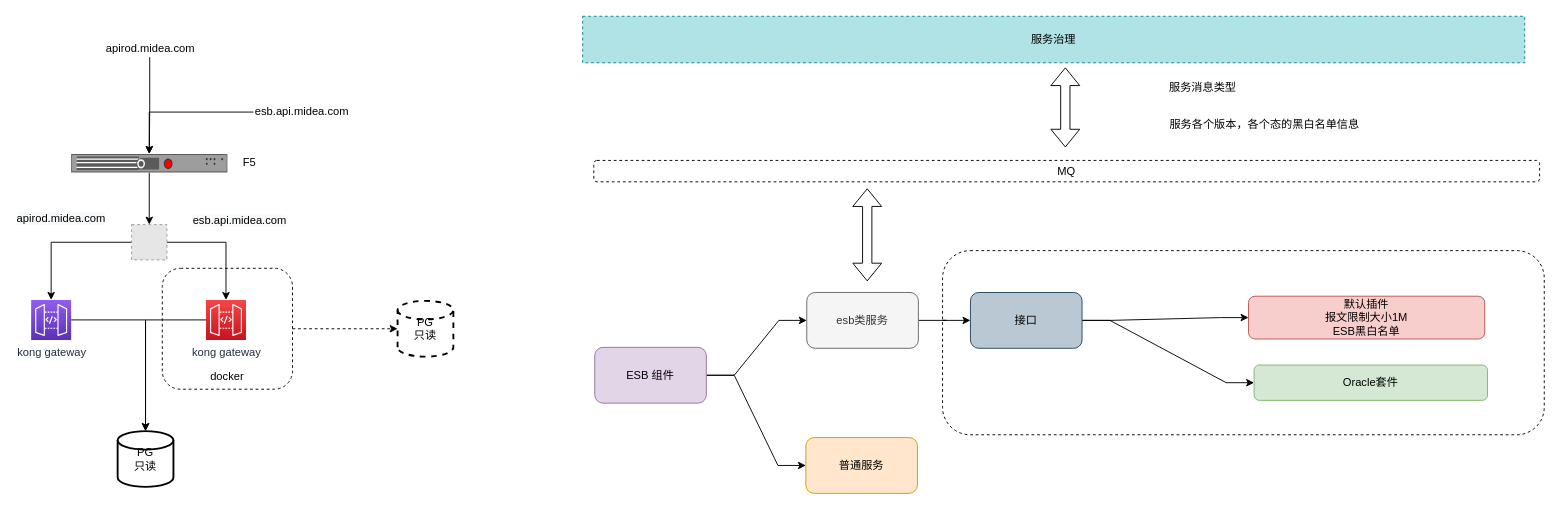
Before: esb.drawio in wssaidong/draw.io, a draw.io diagram. Source tidied: cells renumbered, new cells numbered last; positions are measured from the earlier drawing's top-left corner, leaving out a move shared by most shapes. Both pictures are drawn from the tidied source at 93%, with x=0, y=0 at pixel (31, 16). Pictures stored in the file or linked from it are replaced by grey dashed boxes.
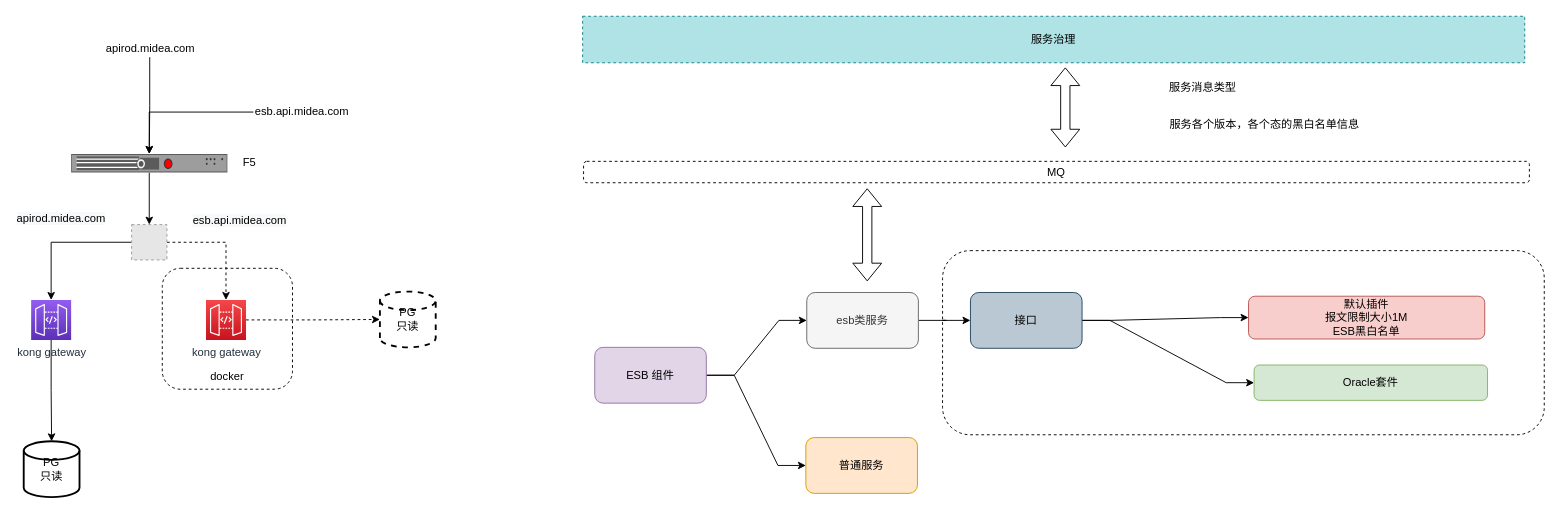
Above is the later version.

Unchanged cells that the change refers to:
```xml
<mxCell id="13" style="fillColor=#E6E6E6;strokeColor=#999999;dashed=1;html=1;verticalAlign=top;verticalLabelPosition=bottom;labelBackgroundColor=#ffffff;" parent="1" vertex="1">
  <mxGeometry x="108" y="224" width="38" height="38" as="geometry" />
</mxCell>
<mxCell id="17" value="kong gateway" style="points=[[0,0,0],[0.25,0,0],[0.5,0,0],[0.75,0,0],[1,0,0],[0,1,0],[0.25,1,0],[0.5,1,0],[0.75,1,0],[1,1,0],[0,0.25,0],[0,0.5,0],[0,0.75,0],[1,0.25,0],[1,0.5,0],[1,0.75,0]];outlineConnect=0;fontColor=#232F3E;gradientColor=#F54749;gradientDirection=north;fillColor=#C7131F;strokeColor=#ffffff;dashed=0;verticalLabelPosition=bottom;verticalAlign=top;align=center;html=1;fontSize=12;fontStyle=0;shape=mxgraph.aws4.resourceIcon;resIcon=mxgraph.aws4.api_gateway;" parent="1" vertex="1">
  <mxGeometry x="188" y="305" width="43" height="43" as="geometry" />
</mxCell>
```

What changed in the source:
```diff
@@
+    <mxCell id="20" style="rounded=1;whiteSpace=wrap;html=1;fillColor=none;dashed=1;" parent="1" vertex="1">
+      <mxGeometry x="141" y="271" width="140" height="130" as="geometry" />
+    </mxCell>
@@
-    <mxCell id="11" style="edgeStyle=orthogonalEdgeStyle;rounded=0;jettySize=auto;html=1;" parent="1" edge="1" source="13" target="17">
+    <mxCell id="11" style="edgeStyle=orthogonalEdgeStyle;rounded=0;jettySize=auto;html=1;dashed=1;" parent="1" edge="1" source="13" target="17">
       <mxGeometry relative="1" as="geometry" />
     </mxCell>
@@
-    <mxCell id="16" style="edgeStyle=orthogonalEdgeStyle;rounded=0;jettySize=auto;html=1;" parent="1" edge="1" source="17" target="18">
-      <mxGeometry relative="1" as="geometry" />
-    </mxCell>
@@
     <mxCell id="18" value="PG&lt;br&gt;只读" style="strokeWidth=2;html=1;shape=mxgraph.flowchart.database;whiteSpace=wrap;" parent="1" vertex="1">
-      <mxGeometry x="93" y="446" width="60" height="60" as="geometry" />
+      <mxGeometry x="-8" y="457" width="60" height="60" as="geometry" />
     </mxCell>
-    <mxCell id="19" style="edgeStyle=orthogonalEdgeStyle;rounded=0;jettySize=auto;html=1;dashed=1;" parent="1" edge="1" source="20" target="22">
+    <mxCell id="19" style="edgeStyle=orthogonalEdgeStyle;rounded=0;jettySize=auto;html=1;dashed=1;exitX=1;exitY=0.5;exitDx=0;exitDy=0;exitPerimeter=0;" parent="1" edge="1" source="17" target="22">
       <mxGeometry relative="1" as="geometry" />
     </mxCell>
-    <mxCell id="20" style="rounded=1;whiteSpace=wrap;html=1;fillColor=none;dashed=1;" parent="1" vertex="1">
-      <mxGeometry x="141" y="271" width="140" height="130" as="geometry" />
-    </mxCell>
@@
     <mxCell id="22" value="PG&lt;br&gt;只读" style="strokeWidth=2;html=1;shape=mxgraph.flowchart.database;whiteSpace=wrap;dashed=1;" parent="1" vertex="1">
-      <mxGeometry x="394" y="306" width="60" height="60" as="geometry" />
+      <mxGeometry x="375" y="296" width="60" height="60" as="geometry" />
     </mxCell>
@@
     <mxCell id="36" value="MQ" style="rounded=1;whiteSpace=wrap;html=1;dashed=1;" parent="1" vertex="1">
-      <mxGeometry x="605" y="155" width="1017" height="23" as="geometry" />
+      <mxGeometry x="594" y="156" width="1017" height="23" as="geometry" />
     </mxCell>
```
